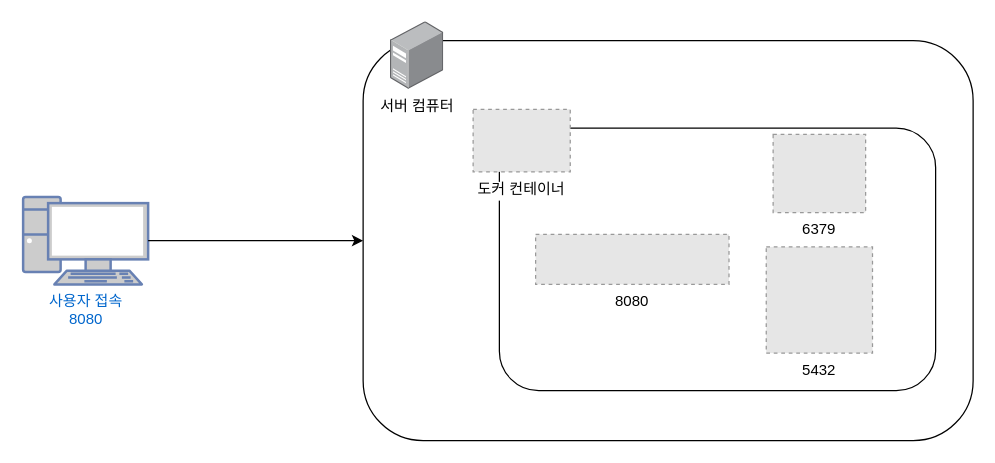
Before: 서버 아키텍쳐.drawio in zkvn99/daeseda-renewal, a draw.io diagram. Source tidied: cells renumbered, new cells numbered last; positions are measured from the earlier drawing's top-left corner, leaving out a move shared by most shapes. Both pictures are drawn from the tidied source at 125%, with x=0, y=0 at pixel (22, 21). Pictures stored in the file or linked from it are replaced by grey dashed boxes.
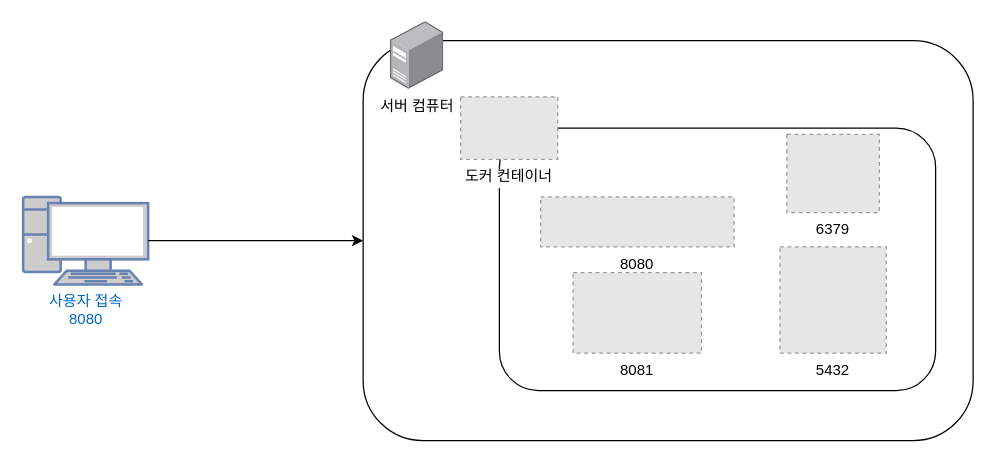
After the change.

Commit message:
서버 아키텍쳐.drawio 업데이트

The edit, as a diff of the source:
```diff
@@
 <mxGraphModel>
   <root>
     <mxCell id="0" />
     <mxCell id="1" parent="0" />
     <mxCell id="2" style="rounded=1;whiteSpace=wrap;html=1;" parent="1" vertex="1">
       <mxGeometry x="272" y="15" width="488" height="320" as="geometry" />
     </mxCell>
     <mxCell id="3" value="사용자 접속&lt;div&gt;8080&lt;/div&gt;" style="fontColor=#0066CC;verticalAlign=top;verticalLabelPosition=bottom;labelPosition=center;align=center;html=1;outlineConnect=0;fillColor=#CCCCCC;strokeColor=#6881B3;gradientColor=none;gradientDirection=north;strokeWidth=2;shape=mxgraph.networks.pc;" parent="1" vertex="1">
       <mxGeometry y="140" width="100" height="70" as="geometry" />
     </mxCell>
     <mxCell id="4" value="서버 컴퓨터" style="image;html=1;align=center;shadow=0;dashed=0;image=img/lib/allied_telesis/computer_and_terminals/Server_Desktop.svg;" parent="1" vertex="1">
       <mxGeometry x="294" width="42.6" height="54" as="geometry" />
     </mxCell>
     <mxCell id="5" style="rounded=1;whiteSpace=wrap;html=1;" parent="1" vertex="1">
       <mxGeometry x="381" y="85" width="349" height="210" as="geometry" />
     </mxCell>
     <mxCell id="6" value="도커 컨테이너" style="fillColor=#E6E6E6;strokeColor=#999999;dashed=1;verticalLabelPosition=bottom;labelBackgroundColor=default;verticalAlign=top;" parent="1" vertex="1">
-      <mxGeometry x="360" y="70" width="77.7" height="50" as="geometry" />
+      <mxGeometry x="350" y="60" width="77.7" height="50" as="geometry" />
     </mxCell>
     <mxCell id="7" style="endArrow=classic;html=1;rounded=0;exitX=1;exitY=0.5;exitDx=0;exitDy=0;exitPerimeter=0;entryX=0;entryY=0.5;entryDx=0;entryDy=0;" parent="1" edge="1" source="3" target="2">
       <mxGeometry relative="1" as="geometry" />
     </mxCell>
     <mxCell id="8" value="6379" style="fillColor=#E6E6E6;strokeColor=#999999;dashed=1;verticalLabelPosition=bottom;labelBackgroundColor=default;verticalAlign=top;" parent="1" vertex="1">
-      <mxGeometry x="600" y="90" width="74" height="62.5" as="geometry" />
+      <mxGeometry x="611" y="90" width="74" height="62.5" as="geometry" />
     </mxCell>
     <mxCell id="9" value="5432" style="fillColor=#E6E6E6;strokeColor=#999999;dashed=1;verticalLabelPosition=bottom;labelBackgroundColor=default;verticalAlign=top;" parent="1" vertex="1">
-      <mxGeometry x="594.5" y="180" width="85" height="85" as="geometry" />
+      <mxGeometry x="605.5" y="180" width="85" height="85" as="geometry" />
     </mxCell>
     <mxCell id="10" value="8080" style="fillColor=#E6E6E6;strokeColor=#999999;dashed=1;verticalLabelPosition=bottom;labelBackgroundColor=default;verticalAlign=top;" parent="1" vertex="1">
-      <mxGeometry x="410" y="170" width="154.7" height="40" as="geometry" />
+      <mxGeometry x="414" y="140" width="154.7" height="40" as="geometry" />
     </mxCell>
+    <mxCell id="11" value="8081" style="fillColor=#E6E6E6;strokeColor=#999999;dashed=1;verticalLabelPosition=bottom;labelBackgroundColor=default;verticalAlign=top;" parent="1" vertex="1">
+      <mxGeometry x="440" y="200.5" width="102.7" height="64.5" as="geometry" />
+    </mxCell>
   </root>
 </mxGraphModel>
```
